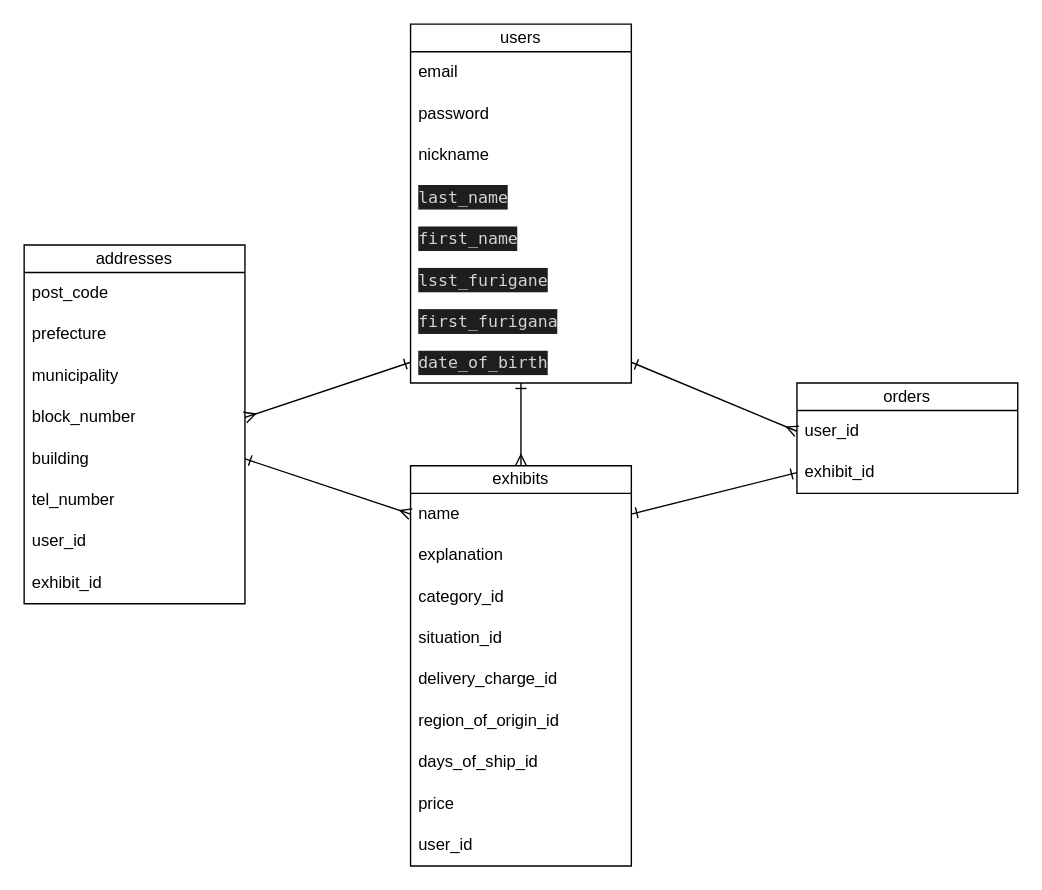
The draw.io diagram furima.dio in testmpc/furima-38889, before the edit. Source tidied: cells renumbered, new cells numbered last; positions are measured from the earlier drawing's top-left corner, leaving out a move shared by most shapes. Both pictures are drawn from the tidied source at 138%, with x=0, y=0 at pixel (23, 23).
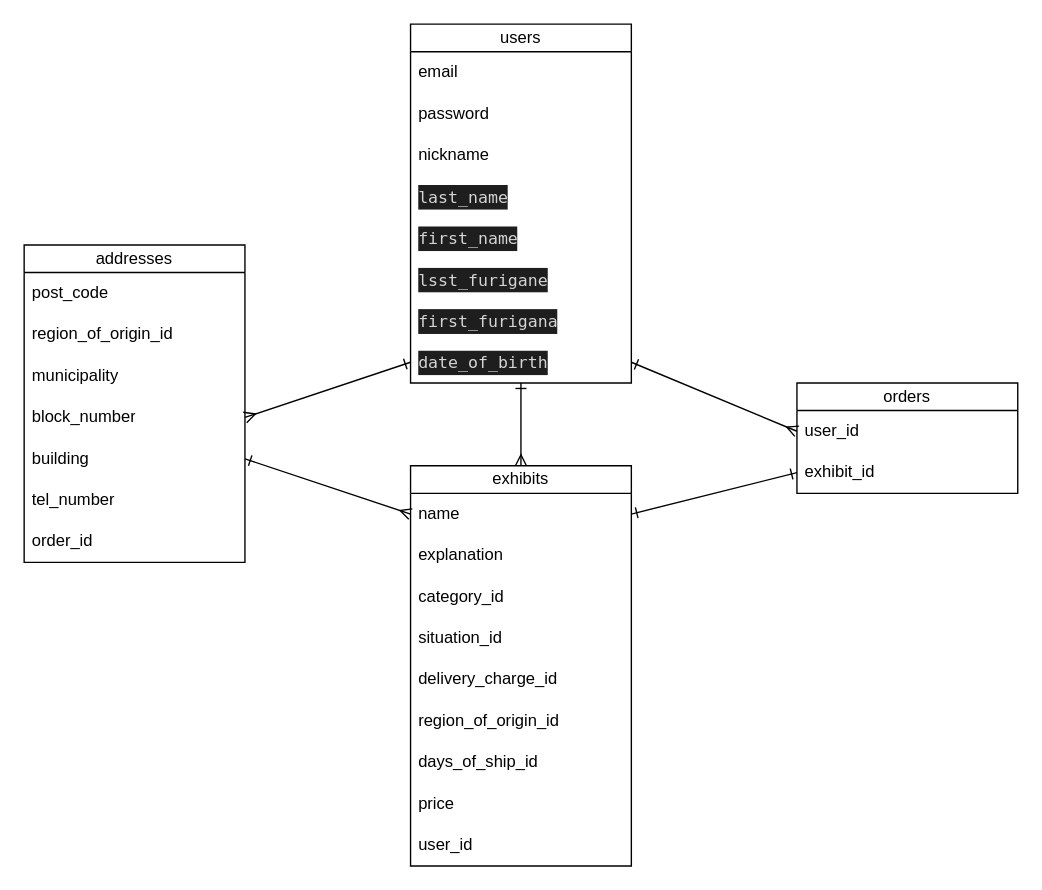
Above is the later version.

Commit message (it also covers changes not shown here):
データベース設計３回目

The edit, as a diff of the source:
```diff
@@
     <mxCell id="26" value="addresses" style="swimlane;fontStyle=0;horizontal=1;startSize=20;whiteSpace=wrap;html=1;" parent="1" vertex="1">
-      <mxGeometry y="160" width="160" height="260" as="geometry" />
+      <mxGeometry y="160" width="160" height="230" as="geometry" />
     </mxCell>
@@
-    <mxCell id="28" value="prefecture" style="text;strokeColor=none;fillColor=none;align=left;verticalAlign=middle;spacingLeft=4;spacingRight=4;overflow=hidden;whiteSpace=wrap;html=1;" parent="26" vertex="1">
+    <mxCell id="28" value="region_of_origin_id" style="text;strokeColor=none;fillColor=none;align=left;verticalAlign=middle;spacingLeft=4;spacingRight=4;overflow=hidden;whiteSpace=wrap;html=1;" parent="26" vertex="1">
       <mxGeometry y="50" width="160" height="30" as="geometry" />
     </mxCell>
@@
-    <mxCell id="33" value="user_id" style="text;strokeColor=none;fillColor=none;align=left;verticalAlign=middle;spacingLeft=4;spacingRight=4;overflow=hidden;whiteSpace=wrap;html=1;" parent="26" vertex="1">
+    <mxCell id="33" value="order_id" style="text;strokeColor=none;fillColor=none;align=left;verticalAlign=middle;spacingLeft=4;spacingRight=4;overflow=hidden;whiteSpace=wrap;html=1;" parent="26" vertex="1">
       <mxGeometry y="200" width="160" height="30" as="geometry" />
     </mxCell>
-    <mxCell id="34" value="exhibit_id" style="text;strokeColor=none;fillColor=none;align=left;verticalAlign=middle;spacingLeft=4;spacingRight=4;overflow=hidden;whiteSpace=wrap;html=1;" parent="26" vertex="1">
-      <mxGeometry y="230" width="160" height="30" as="geometry" />
-    </mxCell>
```
